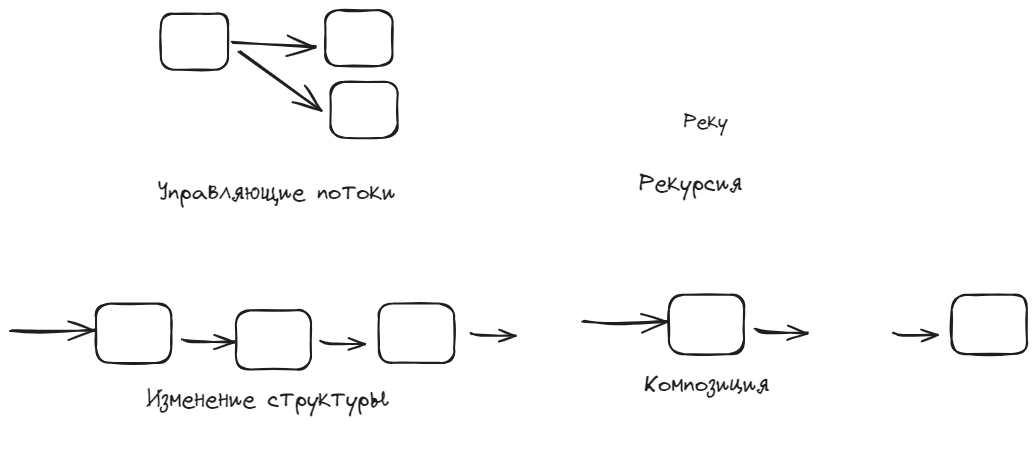
Before: diplom/assets/ml/generation/probalistic_language.excalidraw.png, a diagram exported from Excalidraw (NMashalov/EducationGenerativeModelApplication). Source tidied: one line per element, renumbered; positions are measured from the earlier drawing's top-left corner, leaving out a move shared by most shapes.
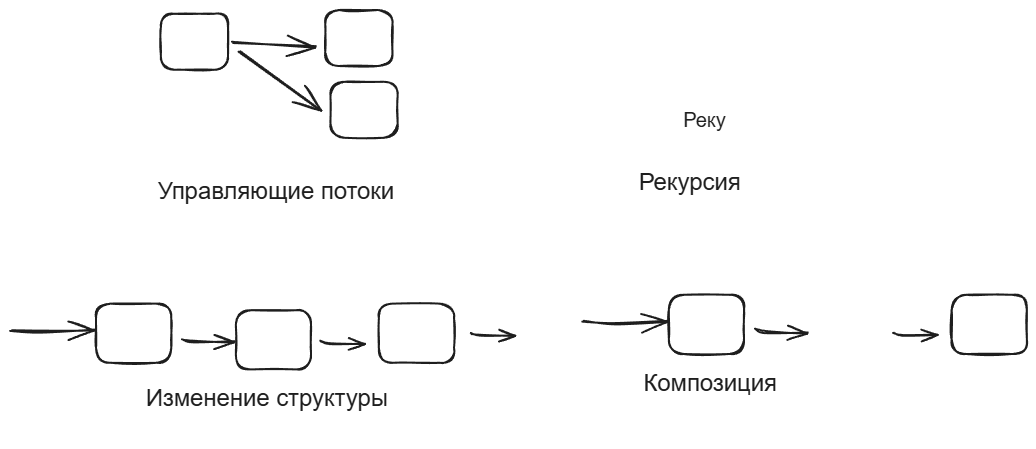
After the change.

Change to the diagram source:
```diff
@@ -3,10 +3,10 @@
 {"id": 2, "type": "rectangle", "strokeColor": "#1e1e1e", "strokeWidth": 2, "roughness": 1, "round": true, "x": 320, "y": 72, "width": 67, "height": 56}
 {"id": 3, "type": "arrow", "strokeColor": "#1e1e1e", "strokeWidth": 2, "roughness": 1, "endArrowhead": "arrow", "round": true, "from": 0, "to": 1, "x": 222, "y": 33, "width": 82, "height": 3, "points": [[0, 0], [82, 3]]}
 {"id": 4, "type": "arrow", "strokeColor": "#1e1e1e", "strokeWidth": 2, "roughness": 1, "endArrowhead": "arrow", "round": true, "from": 0, "to": 2, "x": 229, "y": 41, "width": 81, "height": 60, "points": [[0, 0], [81, 60]]}
-{"id": 5, "type": "text", "text": "Управляющие потоки", "strokeColor": "#1e1e1e", "strokeWidth": 2, "roughness": 1, "fontSize": 23.84, "fontFamily": 1, "x": 147, "y": 168, "width": 238, "height": 30}
+{"id": 5, "type": "text", "text": "Управляющие потоки", "strokeColor": "#1e1e1e", "strokeWidth": 2, "roughness": 1, "fontSize": 23.84, "fontFamily": 2, "x": 147, "y": 168, "width": 236, "height": 27}
-{"id": 6, "type": "text", "text": "Рекурсия", "strokeColor": "#1e1e1e", "strokeWidth": 2, "roughness": 1, "fontSize": 23.84, "fontFamily": 1, "x": 628, "y": 159, "width": 104, "height": 30}
+{"id": 6, "type": "text", "text": "Рекурсия", "strokeColor": "#1e1e1e", "strokeWidth": 2, "roughness": 1, "fontSize": 23.84, "fontFamily": 2, "x": 628, "y": 159, "width": 102, "height": 27}
-{"id": 7, "type": "text", "text": "Композиция", "strokeColor": "#1e1e1e", "strokeWidth": 2, "roughness": 1, "fontSize": 23.84, "fontFamily": 1, "x": 633, "y": 360, "width": 126, "height": 30}
+{"id": 7, "type": "text", "text": "Композиция", "strokeColor": "#1e1e1e", "strokeWidth": 2, "roughness": 1, "fontSize": 23.84, "fontFamily": 2, "x": 633, "y": 360, "width": 134, "height": 27}
-{"id": 8, "type": "text", "text": "Изменение структуры\n", "strokeColor": "#1e1e1e", "strokeWidth": 2, "roughness": 1, "fontSize": 23.84, "fontFamily": 1, "x": 135, "y": 375, "width": 243, "height": 60}
+{"id": 8, "type": "text", "text": "Изменение структуры\n", "strokeColor": "#1e1e1e", "strokeWidth": 2, "roughness": 1, "fontSize": 23.84, "fontFamily": 2, "x": 135, "y": 375, "width": 242, "height": 55}
 {"id": 9, "type": "arrow", "strokeColor": "#1e1e1e", "strokeWidth": 2, "roughness": 1, "endArrowhead": "arrow", "round": true, "to": 10, "x": 0, "y": 320, "width": 85, "height": 2, "points": [[0, 0], [30, 2], [85, 0]]}
 {"id": 10, "type": "rectangle", "strokeColor": "#1e1e1e", "strokeWidth": 2, "roughness": 1, "round": true, "x": 86, "y": 294, "width": 75, "height": 59}
 {"id": 11, "type": "arrow", "strokeColor": "#1e1e1e", "strokeWidth": 2, "roughness": 1, "endArrowhead": "arrow", "round": true, "from": 10, "to": 12, "x": 173, "y": 329, "width": 51, "height": 2, "points": [[0, 0], [10, 2], [51, 2]]}
@@ -19,4 +19,4 @@
 {"id": 18, "type": "arrow", "strokeColor": "#1e1e1e", "strokeWidth": 2, "roughness": 1, "endArrowhead": "arrow", "round": true, "from": 17, "x": 746, "y": 320, "width": 51, "height": 2, "points": [[0, 0], [10, 2], [51, 2]]}
 {"id": 19, "type": "arrow", "strokeColor": "#1e1e1e", "strokeWidth": 2, "roughness": 1, "endArrowhead": "arrow", "round": true, "to": 20, "x": 883, "y": 323, "width": 44, "height": 2, "points": [[0, 0], [10, 2], [44, 2]]}
 {"id": 20, "type": "rectangle", "strokeColor": "#1e1e1e", "strokeWidth": 2, "roughness": 1, "round": true, "x": 941, "y": 285, "width": 75, "height": 59}
-{"id": 21, "type": "text", "text": "Реку", "strokeColor": "#1e1e1e", "strokeWidth": 2, "roughness": 1, "fontSize": 20, "fontFamily": 1, "x": 673, "y": 99, "width": 44, "height": 25}
+{"id": 21, "type": "text", "text": "Реку", "strokeColor": "#1e1e1e", "strokeWidth": 2, "roughness": 1, "fontSize": 20, "fontFamily": 2, "x": 673, "y": 99, "width": 43, "height": 23}
```
